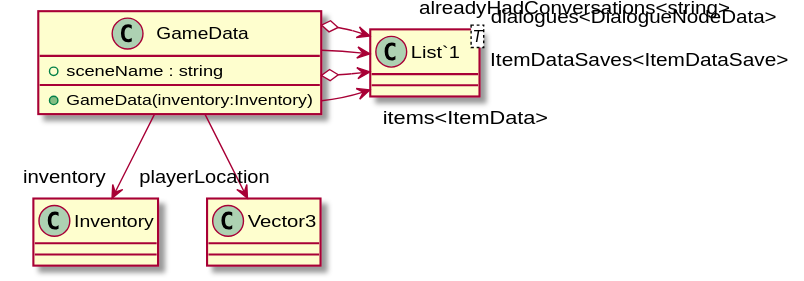
Before: UML/SaveAndLoad/Data/GameData.svg, a diagram exported from PlantUML (robinsuurs/Mallow_Mysterie).
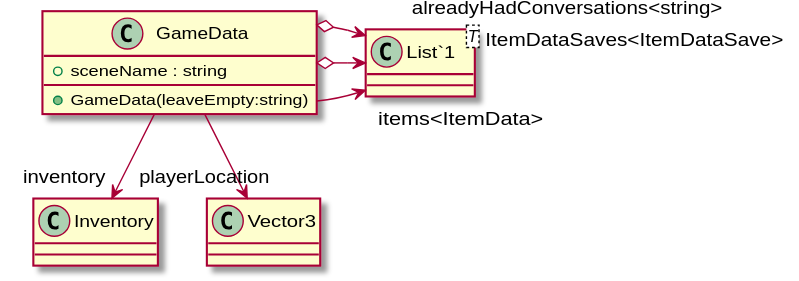
After the commit.

Diff of the diagram source:
```diff
@@ -1,14 +1,13 @@
 @startuml
 class GameData {
     + sceneName : string
-    + GameData(inventory:Inventory)
+    + GameData(leaveEmpty:string)
 }
 class "List`1"<T> {
 }
 GameData --> "items<ItemData>" "List`1"
 GameData o-> "ItemDataSaves<ItemDataSave>" "List`1"
+GameData o-> "alreadyHadConversations<string>" "List`1"
 GameData --> "inventory" Inventory
 GameData --> "playerLocation" Vector3
-GameData --> "dialogues<DialogueNodeData>" "List`1"
-GameData o-> "alreadyHadConversations<string>" "List`1"
 @enduml
```
